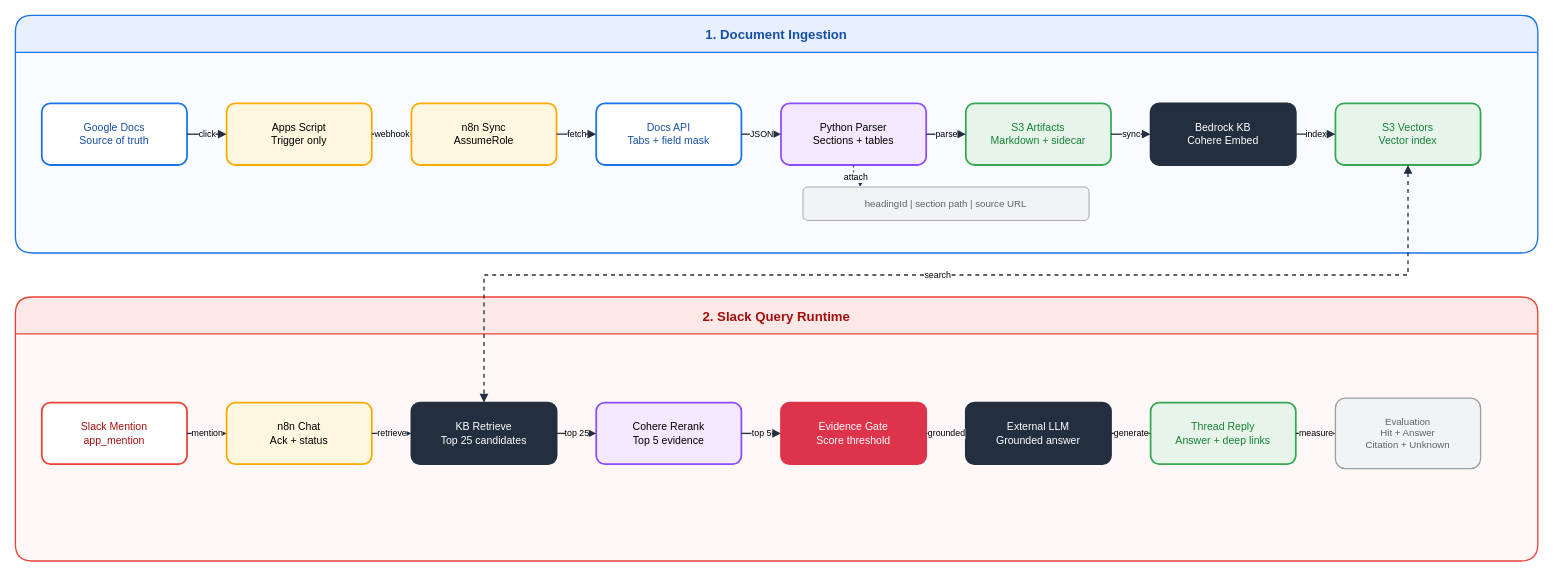
Above: assets/img/aws/bedrock-slack-rag-architecture.drawio in KKamJi98/kkamji98.github.io (draw.io), before the change. Source tidied: cells renumbered, new cells numbered last; positions are measured from the earlier drawing's top-left corner, leaving out a move shared by most shapes. Both pictures are drawn from the tidied source at 88%, with x=0, y=0 at pixel (15, 15).
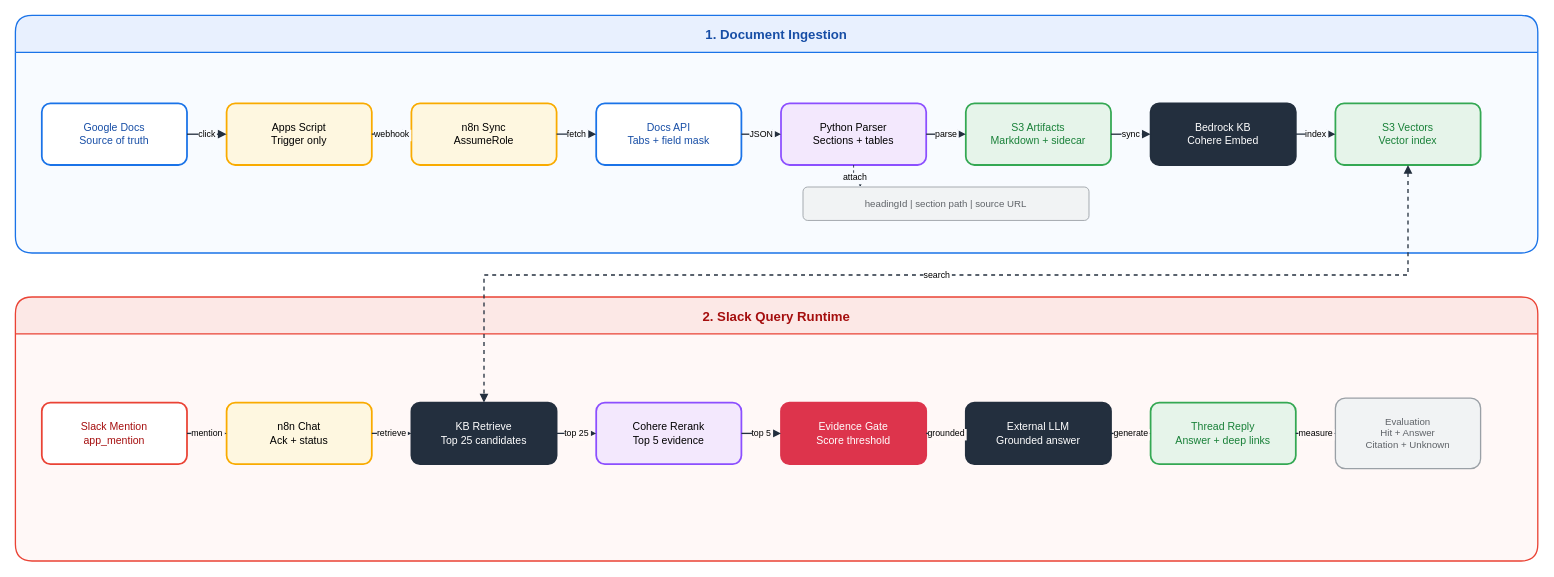
The same diagram, later.

Unchanged cells that the change refers to:
```xml
<mxCell id="4" value="Google Docs&#10;Source of truth" style="rounded=1;arcSize=14;whiteSpace=wrap;html=0;fillColor=#FFFFFF;strokeColor=#1A73E8;strokeWidth=2;fontSize=12;fontColor=#174EA6;shadow=0;" parent="1" vertex="1">
  <mxGeometry x="30" y="100" width="165" height="70" as="geometry" />
</mxCell>
<mxCell id="5" value="Apps Script&#10;Trigger only" style="rounded=1;arcSize=14;whiteSpace=wrap;html=0;fillColor=#FEF7E0;strokeColor=#F9AB00;strokeWidth=2;fontSize=12;fontColor=#000000;shadow=0;" parent="1" vertex="1">
  <mxGeometry x="240" y="100" width="165" height="70" as="geometry" />
</mxCell>
<mxCell id="6" value="n8n Sync&#10;AssumeRole" style="rounded=1;arcSize=14;whiteSpace=wrap;html=0;fillColor=#FEF7E0;strokeColor=#F9AB00;strokeWidth=2;fontSize=12;fontColor=#000000;shadow=0;" parent="1" vertex="1">
  <mxGeometry x="450" y="100" width="165" height="70" as="geometry" />
</mxCell>
<mxCell id="7" value="Docs API&#10;Tabs + field mask" style="rounded=1;arcSize=14;whiteSpace=wrap;html=0;fillColor=#FFFFFF;strokeColor=#1A73E8;strokeWidth=2;fontSize=12;fontColor=#174EA6;shadow=0;" parent="1" vertex="1">
  <mxGeometry x="660" y="100" width="165" height="70" as="geometry" />
</mxCell>
<mxCell id="8" value="Python Parser&#10;Sections + tables" style="rounded=1;arcSize=14;whiteSpace=wrap;html=0;fillColor=#F3E8FD;strokeColor=#8C4FFF;strokeWidth=2;fontSize=12;fontColor=#000000;shadow=0;" parent="1" vertex="1">
  <mxGeometry x="870" y="100" width="165" height="70" as="geometry" />
</mxCell>
<mxCell id="9" value="S3 Artifacts&#10;Markdown + sidecar" style="rounded=1;arcSize=14;whiteSpace=wrap;html=0;fillColor=#E6F4EA;strokeColor=#34A853;strokeWidth=2;fontSize=12;fontColor=#188038;shadow=0;" parent="1" vertex="1">
  <mxGeometry x="1080" y="100" width="165" height="70" as="geometry" />
</mxCell>
<mxCell id="10" value="Bedrock KB&#10;Cohere Embed" style="rounded=1;arcSize=14;whiteSpace=wrap;html=0;fillColor=#232F3E;strokeColor=#232F3E;strokeWidth=2;fontSize=12;fontColor=#FFFFFF;shadow=0;" parent="1" vertex="1">
  <mxGeometry x="1290" y="100" width="165" height="70" as="geometry" />
</mxCell>
<mxCell id="11" value="S3 Vectors&#10;Vector index" style="rounded=1;arcSize=14;whiteSpace=wrap;html=0;fillColor=#E6F4EA;strokeColor=#34A853;strokeWidth=2;fontSize=12;fontColor=#188038;shadow=0;" parent="1" vertex="1">
  <mxGeometry x="1500" y="100" width="165" height="70" as="geometry" />
</mxCell>
<mxCell id="12" value="headingId | section path | source URL" style="rounded=1;arcSize=14;whiteSpace=wrap;html=0;fillColor=#F1F3F4;strokeColor=#9AA0A6;strokeWidth=1;fontSize=11;fontColor=#5F6368;shadow=0;" parent="1" vertex="1">
  <mxGeometry x="895" y="195" width="325" height="38" as="geometry" />
</mxCell>
<mxCell id="13" value="Slack Mention&#10;app_mention" style="rounded=1;arcSize=14;whiteSpace=wrap;html=0;fillColor=#FFFFFF;strokeColor=#EA4335;strokeWidth=2;fontSize=12;fontColor=#A50E0E;shadow=0;" parent="1" vertex="1">
  <mxGeometry x="30" y="440" width="165" height="70" as="geometry" />
</mxCell>
<mxCell id="14" value="n8n Chat&#10;Ack + status" style="rounded=1;arcSize=14;whiteSpace=wrap;html=0;fillColor=#FEF7E0;strokeColor=#F9AB00;strokeWidth=2;fontSize=12;fontColor=#000000;shadow=0;" parent="1" vertex="1">
  <mxGeometry x="240" y="440" width="165" height="70" as="geometry" />
</mxCell>
<mxCell id="15" value="KB Retrieve&#10;Top 25 candidates" style="rounded=1;arcSize=14;whiteSpace=wrap;html=0;fillColor=#232F3E;strokeColor=#232F3E;strokeWidth=2;fontSize=12;fontColor=#FFFFFF;shadow=0;" parent="1" vertex="1">
  <mxGeometry x="450" y="440" width="165" height="70" as="geometry" />
</mxCell>
<mxCell id="16" value="Cohere Rerank&#10;Top 5 evidence" style="rounded=1;arcSize=14;whiteSpace=wrap;html=0;fillColor=#F3E8FD;strokeColor=#8C4FFF;strokeWidth=2;fontSize=12;fontColor=#000000;shadow=0;" parent="1" vertex="1">
  <mxGeometry x="660" y="440" width="165" height="70" as="geometry" />
</mxCell>
<mxCell id="17" value="Evidence Gate&#10;Score threshold" style="rounded=1;arcSize=14;whiteSpace=wrap;html=0;fillColor=#DD344C;strokeColor=#DD344C;strokeWidth=2;fontSize=12;fontColor=#FFFFFF;shadow=0;" parent="1" vertex="1">
  <mxGeometry x="870" y="440" width="165" height="70" as="geometry" />
</mxCell>
<mxCell id="18" value="External LLM&#10;Grounded answer" style="rounded=1;arcSize=14;whiteSpace=wrap;html=0;fillColor=#232F3E;strokeColor=#232F3E;strokeWidth=2;fontSize=12;fontColor=#FFFFFF;shadow=0;" parent="1" vertex="1">
  <mxGeometry x="1080" y="440" width="165" height="70" as="geometry" />
</mxCell>
<mxCell id="19" value="Thread Reply&#10;Answer + deep links" style="rounded=1;arcSize=14;whiteSpace=wrap;html=0;fillColor=#E6F4EA;strokeColor=#34A853;strokeWidth=2;fontSize=12;fontColor=#188038;shadow=0;" parent="1" vertex="1">
  <mxGeometry x="1290" y="440" width="165" height="70" as="geometry" />
</mxCell>
<mxCell id="20" value="Evaluation&#10;Hit + Answer&#10;Citation + Unknown" style="rounded=1;arcSize=14;whiteSpace=wrap;html=0;fillColor=#F1F3F4;strokeColor=#9AA0A6;strokeWidth=1.5;fontSize=11;fontColor=#5F6368;shadow=0;" parent="1" vertex="1">
  <mxGeometry x="1500" y="435" width="165" height="80" as="geometry" />
</mxCell>
```

The edit, as a diff of the source:
```diff
@@
-    <mxCell id="21" value="click" style="edgeStyle=orthogonalEdgeStyle;rounded=0;html=1;endArrow=block;strokeColor=#232F3E;strokeWidth=1.5;fontSize=10;fontColor=#000000;labelBackgroundColor=#F8FBFF;" parent="1" edge="1" source="4" target="5">
+    <mxCell id="21" value="click" style="edgeStyle=orthogonalEdgeStyle;rounded=0;html=0;endArrow=block;strokeColor=#232F3E;strokeWidth=1.5;fontSize=10;fontColor=#000000;labelBackgroundColor=#F8FBFF;" parent="1" edge="1" source="4" target="5">
       <mxGeometry relative="1" as="geometry" />
     </mxCell>
-    <mxCell id="22" value="webhook" style="edgeStyle=orthogonalEdgeStyle;rounded=0;html=1;endArrow=block;strokeColor=#232F3E;strokeWidth=1.5;fontSize=10;fontColor=#000000;labelBackgroundColor=#F8FBFF;" parent="1" edge="1" source="5" target="6">
+    <mxCell id="22" value="webhook" style="edgeStyle=orthogonalEdgeStyle;rounded=0;html=0;endArrow=block;strokeColor=#232F3E;strokeWidth=1.5;fontSize=10;fontColor=#000000;labelBackgroundColor=#F8FBFF;" parent="1" edge="1" source="5" target="6">
       <mxGeometry relative="1" as="geometry" />
     </mxCell>
-    <mxCell id="23" value="fetch" style="edgeStyle=orthogonalEdgeStyle;rounded=0;html=1;endArrow=block;strokeColor=#232F3E;strokeWidth=1.5;fontSize=10;fontColor=#000000;labelBackgroundColor=#F8FBFF;" parent="1" edge="1" source="6" target="7">
+    <mxCell id="23" value="fetch" style="edgeStyle=orthogonalEdgeStyle;rounded=0;html=0;endArrow=block;strokeColor=#232F3E;strokeWidth=1.5;fontSize=10;fontColor=#000000;labelBackgroundColor=#F8FBFF;" parent="1" edge="1" source="6" target="7">
       <mxGeometry relative="1" as="geometry" />
     </mxCell>
-    <mxCell id="24" value="JSON" style="edgeStyle=orthogonalEdgeStyle;rounded=0;html=1;endArrow=block;strokeColor=#232F3E;strokeWidth=1.5;fontSize=10;fontColor=#000000;labelBackgroundColor=#F8FBFF;" parent="1" edge="1" source="7" target="8">
+    <mxCell id="24" value="JSON" style="edgeStyle=orthogonalEdgeStyle;rounded=0;html=0;endArrow=block;strokeColor=#232F3E;strokeWidth=1.5;fontSize=10;fontColor=#000000;labelBackgroundColor=#F8FBFF;" parent="1" edge="1" source="7" target="8">
       <mxGeometry relative="1" as="geometry" />
     </mxCell>
-    <mxCell id="25" value="parse" style="edgeStyle=orthogonalEdgeStyle;rounded=0;html=1;endArrow=block;strokeColor=#232F3E;strokeWidth=1.5;fontSize=10;fontColor=#000000;labelBackgroundColor=#F8FBFF;" parent="1" edge="1" source="8" target="9">
+    <mxCell id="25" value="parse" style="edgeStyle=orthogonalEdgeStyle;rounded=0;html=0;endArrow=block;strokeColor=#232F3E;strokeWidth=1.5;fontSize=10;fontColor=#000000;labelBackgroundColor=#F8FBFF;" parent="1" edge="1" source="8" target="9">
       <mxGeometry relative="1" as="geometry" />
     </mxCell>
-    <mxCell id="26" value="sync" style="edgeStyle=orthogonalEdgeStyle;rounded=0;html=1;endArrow=block;strokeColor=#232F3E;strokeWidth=1.5;fontSize=10;fontColor=#000000;labelBackgroundColor=#F8FBFF;" parent="1" edge="1" source="9" target="10">
+    <mxCell id="26" value="sync" style="edgeStyle=orthogonalEdgeStyle;rounded=0;html=0;endArrow=block;strokeColor=#232F3E;strokeWidth=1.5;fontSize=10;fontColor=#000000;labelBackgroundColor=#F8FBFF;" parent="1" edge="1" source="9" target="10">
       <mxGeometry relative="1" as="geometry" />
     </mxCell>
-    <mxCell id="27" value="index" style="edgeStyle=orthogonalEdgeStyle;rounded=0;html=1;endArrow=block;strokeColor=#232F3E;strokeWidth=1.5;fontSize=10;fontColor=#000000;labelBackgroundColor=#F8FBFF;" parent="1" edge="1" source="10" target="11">
+    <mxCell id="27" value="index" style="edgeStyle=orthogonalEdgeStyle;rounded=0;html=0;endArrow=block;strokeColor=#232F3E;strokeWidth=1.5;fontSize=10;fontColor=#000000;labelBackgroundColor=#F8FBFF;" parent="1" edge="1" source="10" target="11">
       <mxGeometry relative="1" as="geometry" />
     </mxCell>
-    <mxCell id="28" value="attach" style="edgeStyle=orthogonalEdgeStyle;rounded=0;html=1;endArrow=block;dashed=1;strokeColor=#232F3E;strokeWidth=1;fontSize=10;fontColor=#000000;labelBackgroundColor=#F8FBFF;exitX=0.5;exitY=1;entryX=0.2;entryY=0;" parent="1" edge="1" source="8" target="12">
+    <mxCell id="28" value="attach" style="edgeStyle=orthogonalEdgeStyle;rounded=0;html=0;endArrow=block;dashed=1;strokeColor=#232F3E;strokeWidth=1;fontSize=10;fontColor=#000000;labelBackgroundColor=#F8FBFF;exitX=0.5;exitY=1;entryX=0.2;entryY=0;" parent="1" edge="1" source="8" target="12">
       <mxGeometry relative="1" as="geometry">
         <Array as="points">
           <mxPoint x="952.5" y="184" />
           <mxPoint x="960" y="184" />
         </Array>
       </mxGeometry>
     </mxCell>
-    <mxCell id="29" value="mention" style="edgeStyle=orthogonalEdgeStyle;rounded=0;html=1;endArrow=block;strokeColor=#232F3E;strokeWidth=1.5;fontSize=10;fontColor=#000000;labelBackgroundColor=#FFF8F7;" parent="1" edge="1" source="13" target="14">
+    <mxCell id="29" value="mention" style="edgeStyle=orthogonalEdgeStyle;rounded=0;html=0;endArrow=block;strokeColor=#232F3E;strokeWidth=1.5;fontSize=10;fontColor=#000000;labelBackgroundColor=#FFF8F7;" parent="1" edge="1" source="13" target="14">
       <mxGeometry relative="1" as="geometry" />
     </mxCell>
-    <mxCell id="30" value="retrieve" style="edgeStyle=orthogonalEdgeStyle;rounded=0;html=1;endArrow=block;strokeColor=#232F3E;strokeWidth=1.5;fontSize=10;fontColor=#000000;labelBackgroundColor=#FFF8F7;" parent="1" edge="1" source="14" target="15">
+    <mxCell id="30" value="retrieve" style="edgeStyle=orthogonalEdgeStyle;rounded=0;html=0;endArrow=block;strokeColor=#232F3E;strokeWidth=1.5;fontSize=10;fontColor=#000000;labelBackgroundColor=#FFF8F7;" parent="1" edge="1" source="14" target="15">
       <mxGeometry relative="1" as="geometry" />
     </mxCell>
-    <mxCell id="31" value="top 25" style="edgeStyle=orthogonalEdgeStyle;rounded=0;html=1;endArrow=block;strokeColor=#232F3E;strokeWidth=1.5;fontSize=10;fontColor=#000000;labelBackgroundColor=#FFF8F7;" parent="1" edge="1" source="15" target="16">
+    <mxCell id="31" value="top 25" style="edgeStyle=orthogonalEdgeStyle;rounded=0;html=0;endArrow=block;strokeColor=#232F3E;strokeWidth=1.5;fontSize=10;fontColor=#000000;labelBackgroundColor=#FFF8F7;" parent="1" edge="1" source="15" target="16">
       <mxGeometry relative="1" as="geometry" />
     </mxCell>
-    <mxCell id="32" value="top 5" style="edgeStyle=orthogonalEdgeStyle;rounded=0;html=1;endArrow=block;strokeColor=#232F3E;strokeWidth=1.5;fontSize=10;fontColor=#000000;labelBackgroundColor=#FFF8F7;" parent="1" edge="1" source="16" target="17">
+    <mxCell id="32" value="top 5" style="edgeStyle=orthogonalEdgeStyle;rounded=0;html=0;endArrow=block;strokeColor=#232F3E;strokeWidth=1.5;fontSize=10;fontColor=#000000;labelBackgroundColor=#FFF8F7;" parent="1" edge="1" source="16" target="17">
       <mxGeometry relative="1" as="geometry" />
     </mxCell>
-    <mxCell id="33" value="grounded" style="edgeStyle=orthogonalEdgeStyle;rounded=0;html=1;endArrow=block;strokeColor=#232F3E;strokeWidth=1.5;fontSize=10;fontColor=#000000;labelBackgroundColor=#FFF8F7;" parent="1" edge="1" source="17" target="18">
+    <mxCell id="33" value="grounded" style="edgeStyle=orthogonalEdgeStyle;rounded=0;html=0;endArrow=block;strokeColor=#232F3E;strokeWidth=1.5;fontSize=10;fontColor=#000000;labelBackgroundColor=#FFF8F7;" parent="1" edge="1" source="17" target="18">
       <mxGeometry relative="1" as="geometry" />
     </mxCell>
-    <mxCell id="34" value="generate" style="edgeStyle=orthogonalEdgeStyle;rounded=0;html=1;endArrow=block;strokeColor=#232F3E;strokeWidth=1.5;fontSize=10;fontColor=#000000;labelBackgroundColor=#FFF8F7;" parent="1" edge="1" source="18" target="19">
+    <mxCell id="34" value="generate" style="edgeStyle=orthogonalEdgeStyle;rounded=0;html=0;endArrow=block;strokeColor=#232F3E;strokeWidth=1.5;fontSize=10;fontColor=#000000;labelBackgroundColor=#FFF8F7;" parent="1" edge="1" source="18" target="19">
       <mxGeometry relative="1" as="geometry" />
     </mxCell>
-    <mxCell id="35" value="measure" style="edgeStyle=orthogonalEdgeStyle;rounded=0;html=1;endArrow=block;dashed=1;strokeColor=#232F3E;strokeWidth=1.5;fontSize=10;fontColor=#000000;labelBackgroundColor=#FFF8F7;" parent="1" edge="1" source="19" target="20">
+    <mxCell id="35" value="measure" style="edgeStyle=orthogonalEdgeStyle;rounded=0;html=0;endArrow=block;dashed=1;strokeColor=#232F3E;strokeWidth=1.5;fontSize=10;fontColor=#000000;labelBackgroundColor=#FFF8F7;" parent="1" edge="1" source="19" target="20">
       <mxGeometry relative="1" as="geometry" />
     </mxCell>
-    <mxCell id="36" value="search" style="edgeStyle=orthogonalEdgeStyle;rounded=0;html=1;startArrow=block;endArrow=block;dashed=1;strokeColor=#232F3E;strokeWidth=1.5;fontSize=10;fontColor=#000000;labelBackgroundColor=#FFFFFF;exitX=0.5;exitY=1;entryX=0.5;entryY=0;" parent="1" edge="1" source="11" target="15">
+    <mxCell id="36" value="search" style="edgeStyle=orthogonalEdgeStyle;rounded=0;html=0;startArrow=block;endArrow=block;dashed=1;strokeColor=#232F3E;strokeWidth=1.5;fontSize=10;fontColor=#000000;labelBackgroundColor=#FFFFFF;exitX=0.5;exitY=1;entryX=0.5;entryY=0;" parent="1" edge="1" source="11" target="15">
       <mxGeometry relative="1" as="geometry">
         <Array as="points">
           <mxPoint x="1582.5" y="295" />
           <mxPoint x="532.5" y="295" />
         </Array>
       </mxGeometry>
     </mxCell>
```
